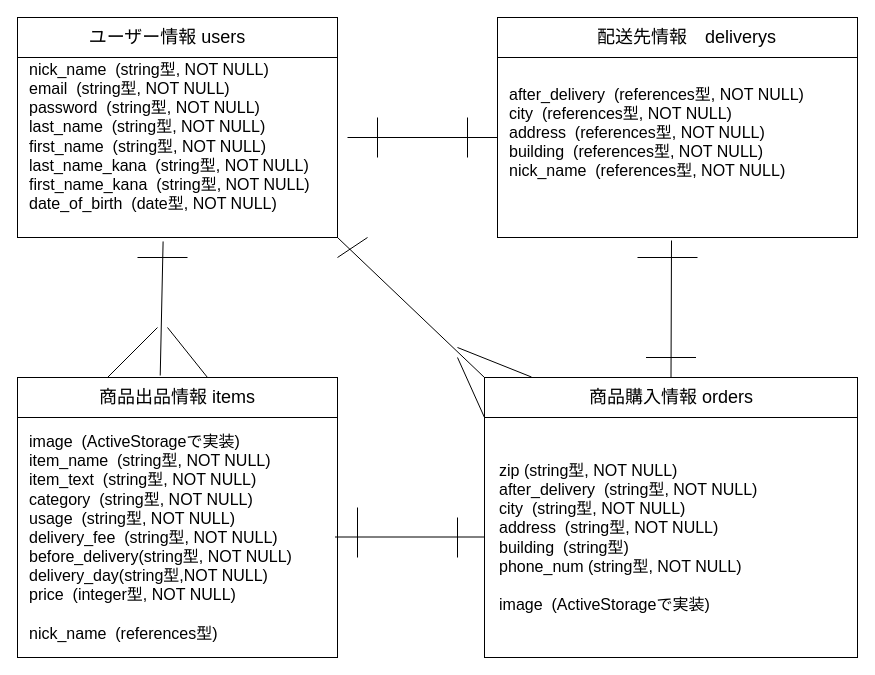
The draw.io diagram furima.dio in kittan-hub/furima-31661, before the edit. Source tidied: cells renumbered, new cells numbered last; positions are measured from the earlier drawing's top-left corner, leaving out a move shared by most shapes. Both pictures are drawn from the tidied source at 100%, with x=0, y=0 at pixel (17, 17).
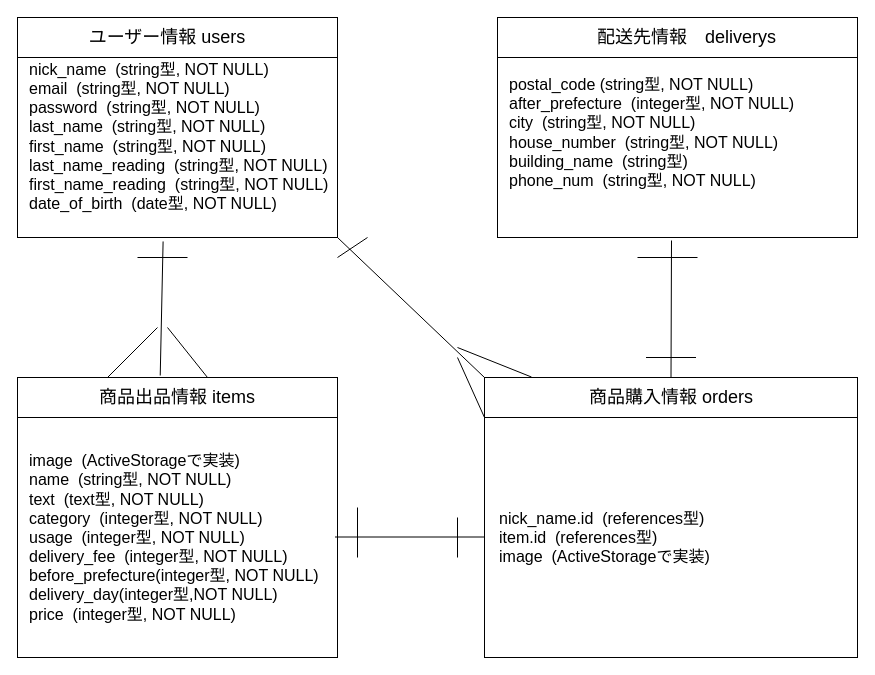
The same page after the edit.

Commit message (it also covers changes not shown here):
ER図,READMEの修正

Change to the diagram source:
```diff
@@
-    <mxCell id="5" value="nick_name&amp;nbsp; (string型, NOT NULL)&lt;br style=&quot;font-size: 16px&quot;&gt;email&amp;nbsp; (string型, NOT NULL)&lt;br style=&quot;font-size: 16px&quot;&gt;password&amp;nbsp; (string型, NOT NULL)&lt;br style=&quot;font-size: 16px&quot;&gt;last_name&amp;nbsp; (string型, NOT NULL)&lt;br style=&quot;font-size: 16px&quot;&gt;first_name&amp;nbsp; (string型, NOT NULL)&lt;br&gt;last_name_kana&amp;nbsp; (string型, NOT NULL)&lt;br style=&quot;font-size: 16px&quot;&gt;first_name_kana&amp;nbsp; (string型, NOT NULL)&lt;br style=&quot;font-size: 16px&quot;&gt;date_of_birth&amp;nbsp; (date型, NOT NULL)" style="text;html=1;strokeColor=none;fillColor=none;align=left;verticalAlign=middle;whiteSpace=wrap;rounded=0;fontSize=16;" parent="1" vertex="1">
-      <mxGeometry x="10" y="39" width="300" height="160" as="geometry" />
+    <mxCell id="5" value="nick_name&amp;nbsp; (string型, NOT NULL)&lt;br style=&quot;font-size: 16px&quot;&gt;email&amp;nbsp; (string型, NOT NULL)&lt;br style=&quot;font-size: 16px&quot;&gt;password&amp;nbsp; (string型, NOT NULL)&lt;br style=&quot;font-size: 16px&quot;&gt;last_name&amp;nbsp; (string型, NOT NULL)&lt;br style=&quot;font-size: 16px&quot;&gt;first_name&amp;nbsp; (string型, NOT NULL)&lt;br&gt;last_name_reading&amp;nbsp; (string型, NOT NULL)&lt;br style=&quot;font-size: 16px&quot;&gt;first_name_reading&amp;nbsp; (string型, NOT NULL)&lt;br style=&quot;font-size: 16px&quot;&gt;date_of_birth&amp;nbsp; (date型, NOT NULL)" style="text;html=1;strokeColor=none;fillColor=none;align=left;verticalAlign=middle;whiteSpace=wrap;rounded=0;fontSize=16;" parent="1" vertex="1">
+      <mxGeometry x="10" y="39" width="360" height="160" as="geometry" />
     </mxCell>
@@
-    <mxCell id="9" value="after_delivery&amp;nbsp; (references型, NOT NULL)&lt;br&gt;city&amp;nbsp; (references型, NOT NULL)&lt;br&gt;address&amp;nbsp; (references型, NOT NULL)&lt;br&gt;building&amp;nbsp; (references型, NOT NULL)&lt;br&gt;nick_name&amp;nbsp; (references型, NOT NULL)" style="text;html=1;strokeColor=none;fillColor=none;align=left;verticalAlign=middle;whiteSpace=wrap;rounded=0;fontSize=16;" parent="1" vertex="1">
+    <mxCell id="9" value="postal_code (string型, NOT NULL)&lt;br&gt;after_prefecture&amp;nbsp; (integer型, NOT NULL)&lt;br&gt;city&amp;nbsp; (string型, NOT NULL)&lt;br&gt;house_number&amp;nbsp; (string型, NOT NULL)&lt;br&gt;building_name&amp;nbsp; (string型)&lt;br&gt;phone_num&amp;nbsp; (string型, NOT NULL)" style="text;html=1;strokeColor=none;fillColor=none;align=left;verticalAlign=middle;whiteSpace=wrap;rounded=0;fontSize=16;" parent="1" vertex="1">
       <mxGeometry x="490" y="40" width="340" height="150" as="geometry" />
     </mxCell>
@@
-    <mxCell id="16" value="image&amp;nbsp; (ActiveStorageで実装)&lt;br&gt;item_name&amp;nbsp; (string型, NOT NULL)&lt;br&gt;item_text&amp;nbsp; (string型, NOT NULL)&lt;br&gt;category&amp;nbsp; (string型, NOT NULL)&lt;br&gt;usage&amp;nbsp; (string型, NOT NULL)&lt;br&gt;delivery_fee&amp;nbsp; (string型, NOT NULL)&lt;br&gt;before_delivery(string型, NOT NULL)&lt;br&gt;delivery_day(string型,NOT NULL)&lt;br&gt;price&amp;nbsp; (integer型, NOT NULL)&lt;br&gt;&lt;br&gt;nick_name&amp;nbsp; (references型)" style="text;html=1;strokeColor=none;fillColor=none;align=left;verticalAlign=middle;whiteSpace=wrap;rounded=0;fontSize=16;" parent="1" vertex="1">
+    <mxCell id="16" value="image&amp;nbsp; (ActiveStorageで実装)&lt;br&gt;name&amp;nbsp; (string型, NOT NULL)&lt;br&gt;text&amp;nbsp; (text型, NOT NULL)&lt;br&gt;category&amp;nbsp; (integer型, NOT NULL)&lt;br&gt;usage&amp;nbsp; (integer型, NOT NULL)&lt;br&gt;delivery_fee&amp;nbsp; (integer型, NOT NULL)&lt;br&gt;before_prefecture(integer型, NOT NULL)&lt;br&gt;delivery_day(integer型,NOT NULL)&lt;br&gt;price&amp;nbsp; (integer型, NOT NULL)" style="text;html=1;strokeColor=none;fillColor=none;align=left;verticalAlign=middle;whiteSpace=wrap;rounded=0;fontSize=16;" parent="1" vertex="1">
       <mxGeometry x="10" y="400" width="300" height="240" as="geometry" />
     </mxCell>
-    <mxCell id="17" value="zip (string型, NOT NULL)&lt;br&gt;after_delivery&amp;nbsp; (string型, NOT NULL)&lt;br&gt;city&amp;nbsp; (string型, NOT NULL)&lt;br&gt;address&amp;nbsp; (string型, NOT NULL)&lt;br&gt;building&amp;nbsp; (string型)&lt;br&gt;phone_num (string型, NOT NULL)&lt;br&gt;&lt;br&gt;image&amp;nbsp; (ActiveStorageで実装)" style="text;html=1;strokeColor=none;fillColor=none;align=left;verticalAlign=middle;whiteSpace=wrap;rounded=0;fontSize=16;" parent="1" vertex="1">
+    <mxCell id="17" value="nick_name.id&amp;nbsp; (references型)&lt;br&gt;item.id&amp;nbsp; (references型)&lt;br&gt;image&amp;nbsp; (ActiveStorageで実装)" style="text;html=1;strokeColor=none;fillColor=none;align=left;verticalAlign=middle;whiteSpace=wrap;rounded=0;fontSize=16;" parent="1" vertex="1">
       <mxGeometry x="480" y="400" width="350" height="240" as="geometry" />
     </mxCell>
@@
-    <mxCell id="23" style="endArrow=none;html=1;fontSize=16;" parent="1" edge="1">
-      <mxGeometry relative="1" as="geometry">
-        <mxPoint x="330" y="120" as="sourcePoint" />
-        <mxPoint x="479.5" y="120" as="targetPoint" />
-      </mxGeometry>
-    </mxCell>
@@
-    <mxCell id="30" style="endArrow=none;html=1;fontSize=16;" parent="1" edge="1">
-      <mxGeometry relative="1" as="geometry">
-        <mxPoint x="450" y="100" as="sourcePoint" />
-        <mxPoint x="450" y="140" as="targetPoint" />
-      </mxGeometry>
-    </mxCell>
-    <mxCell id="31" style="endArrow=none;html=1;fontSize=16;" parent="1" edge="1">
-      <mxGeometry relative="1" as="geometry">
-        <mxPoint x="360" y="100" as="sourcePoint" />
-        <mxPoint x="360" y="140" as="targetPoint" />
-      </mxGeometry>
-    </mxCell>
```
